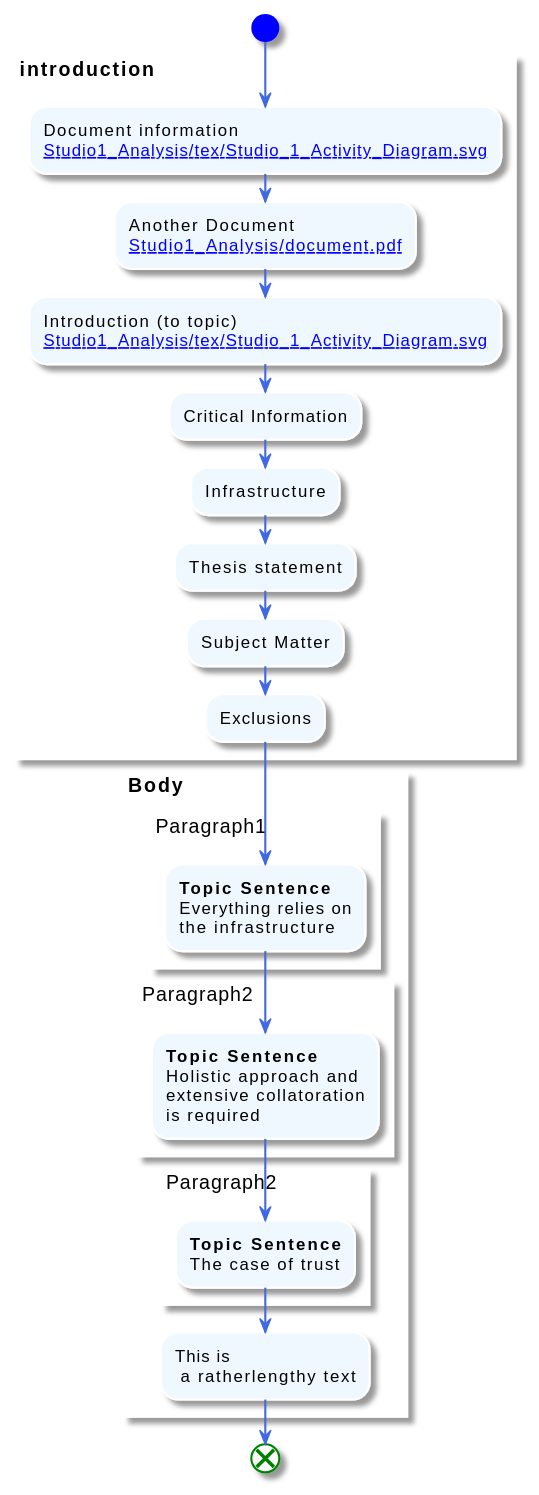
This is tex/Studio_1_Activity_Diagram.svg from Dale-NUC/Studio1_Analysis, a PlantUML export, as it was before one commit.
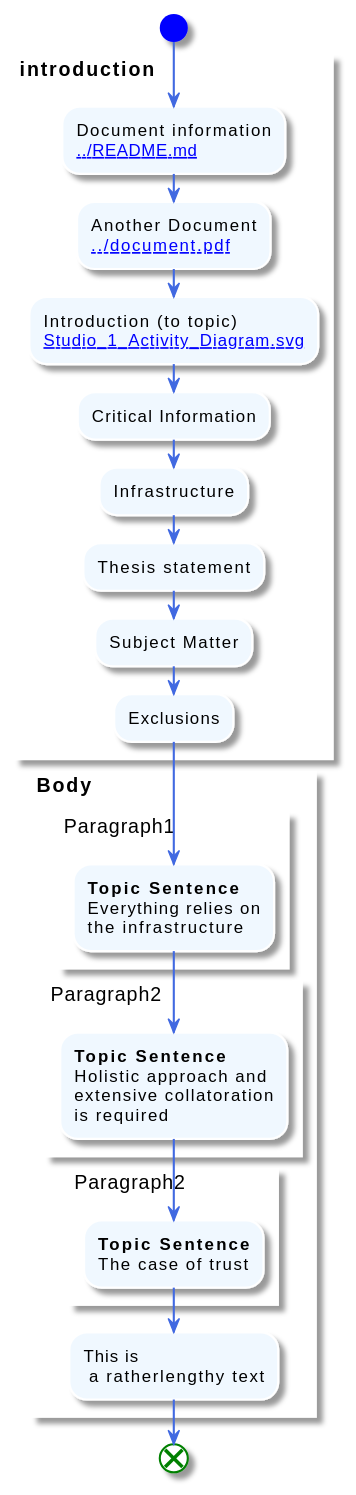
Later version of the same file.

The edit, as a diff of the source:
```diff
@@ -12,11 +12,11 @@
 
 partition **introduction** {
     :Document information
-    [[Studio1_Analysis/tex/Studio_1_Activity_Diagram.svg]];
+    [[../README.md]];
     :Another Document
-    [[Studio1_Analysis/document.pdf]];
+    [[../document.pdf]];
     :Introduction (to topic)
-    [[Studio1_Analysis/tex/Studio_1_Activity_Diagram.svg]];
+    [[Studio_1_Activity_Diagram.svg]];
     :Critical Information;
     :Infrastructure;
     :Thesis statement;
```
